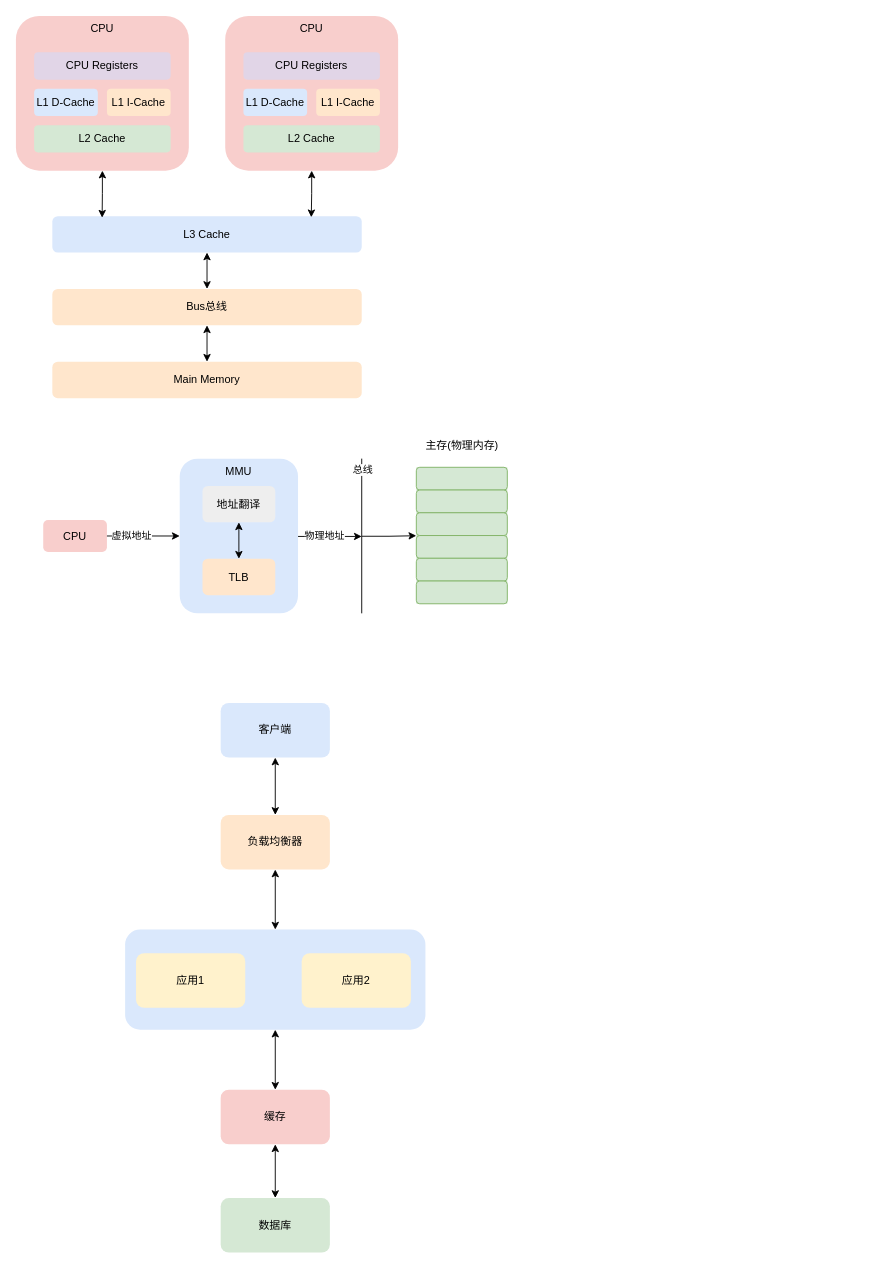
The draw.io diagram 技术总结.drawio in msb8080/my-diagrams, before the edit. Source tidied: cells renumbered, new cells numbered last; positions are measured from the earlier drawing's top-left corner, leaving out a move shared by most shapes. Both pictures are drawn from the tidied source at 91%, with x=0, y=0 at pixel (15, 15).
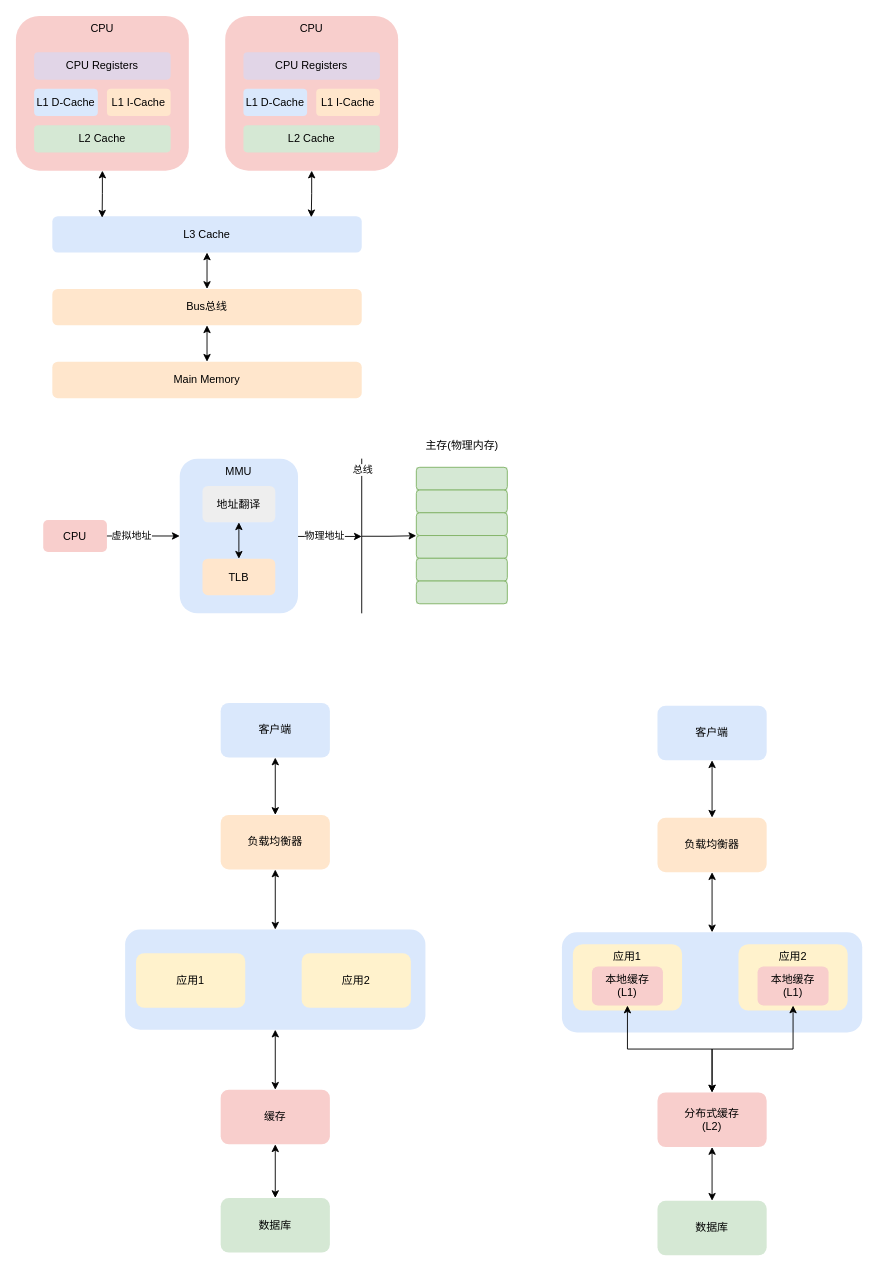
The same page after the edit.

Commit message:
更新技术总结.drawio

What changed in the source:
```diff
@@
+    <mxCell id="54" style="rounded=1;whiteSpace=wrap;html=1;fillColor=#dae8fc;strokeColor=none;" parent="1" vertex="1">
+      <mxGeometry x="600" y="1007" width="330" height="110" as="geometry" />
+    </mxCell>
+    <mxCell id="55" style="edgeStyle=orthogonalEdgeStyle;rounded=0;jettySize=auto;html=1;entryX=0.5;entryY=0;entryDx=0;entryDy=0;startArrow=classic;startFill=1;" parent="1" edge="1" source="56" target="58">
+      <mxGeometry relative="1" as="geometry" />
+    </mxCell>
+    <mxCell id="56" value="客户端" style="rounded=1;whiteSpace=wrap;html=1;fillColor=#dae8fc;strokeColor=none;" parent="1" vertex="1">
+      <mxGeometry x="705" y="758" width="120" height="60" as="geometry" />
+    </mxCell>
+    <mxCell id="57" style="edgeStyle=orthogonalEdgeStyle;rounded=0;jettySize=auto;html=1;entryX=0.5;entryY=0;entryDx=0;entryDy=0;startArrow=classic;startFill=1;" parent="1" edge="1" source="58" target="54">
+      <mxGeometry relative="1" as="geometry" />
+    </mxCell>
+    <mxCell id="58" value="负载均衡器" style="rounded=1;whiteSpace=wrap;html=1;fillColor=#ffe6cc;strokeColor=none;" parent="1" vertex="1">
+      <mxGeometry x="705" y="881" width="120" height="60" as="geometry" />
+    </mxCell>
+    <mxCell id="59" value="应用1" style="rounded=1;whiteSpace=wrap;html=1;fillColor=#fff2cc;strokeColor=none;verticalAlign=top;" parent="1" vertex="1">
+      <mxGeometry x="612" y="1020" width="120" height="73" as="geometry" />
+    </mxCell>
+    <mxCell id="60" value="应用2" style="rounded=1;whiteSpace=wrap;html=1;fillColor=#fff2cc;strokeColor=none;verticalAlign=top;" parent="1" vertex="1">
+      <mxGeometry x="794" y="1020" width="120" height="73" as="geometry" />
+    </mxCell>
+    <mxCell id="61" style="edgeStyle=orthogonalEdgeStyle;rounded=0;jettySize=auto;html=1;startArrow=classic;startFill=1;" parent="1" edge="1" source="62" target="63">
+      <mxGeometry relative="1" as="geometry" />
+    </mxCell>
+    <mxCell id="62" value="分布式缓存&lt;div&gt;(L2)&lt;/div&gt;" style="rounded=1;whiteSpace=wrap;html=1;fillColor=#f8cecc;strokeColor=none;" parent="1" vertex="1">
+      <mxGeometry x="705" y="1183" width="120" height="60" as="geometry" />
+    </mxCell>
+    <mxCell id="63" value="数据库" style="rounded=1;whiteSpace=wrap;html=1;fillColor=#d5e8d4;strokeColor=none;" parent="1" vertex="1">
+      <mxGeometry x="705" y="1302" width="120" height="60" as="geometry" />
+    </mxCell>
+    <mxCell id="64" value="本地缓存&lt;div&gt;(L1)&lt;/div&gt;" style="rounded=1;whiteSpace=wrap;html=1;fillColor=#f8cecc;strokeColor=none;" parent="1" vertex="1">
+      <mxGeometry x="633" y="1044.5" width="78" height="43" as="geometry" />
+    </mxCell>
+    <mxCell id="65" style="edgeStyle=orthogonalEdgeStyle;rounded=0;jettySize=auto;html=1;entryX=0.5;entryY=0;entryDx=0;entryDy=0;startArrow=classic;startFill=1;" parent="1" edge="1" source="66" target="62">
+      <mxGeometry relative="1" as="geometry" />
+    </mxCell>
+    <mxCell id="66" value="本地缓存&lt;div&gt;(L1)&lt;/div&gt;" style="rounded=1;whiteSpace=wrap;html=1;fillColor=#f8cecc;strokeColor=none;" parent="1" vertex="1">
+      <mxGeometry x="815" y="1044.5" width="78" height="43" as="geometry" />
+    </mxCell>
+    <mxCell id="67" style="edgeStyle=orthogonalEdgeStyle;rounded=0;jettySize=auto;html=1;entryX=0.5;entryY=0;entryDx=0;entryDy=0;startArrow=classic;startFill=1;exitX=0.5;exitY=1;exitDx=0;exitDy=0;" parent="1" edge="1" source="64" target="62">
+      <mxGeometry relative="1" as="geometry" />
+    </mxCell>
```
